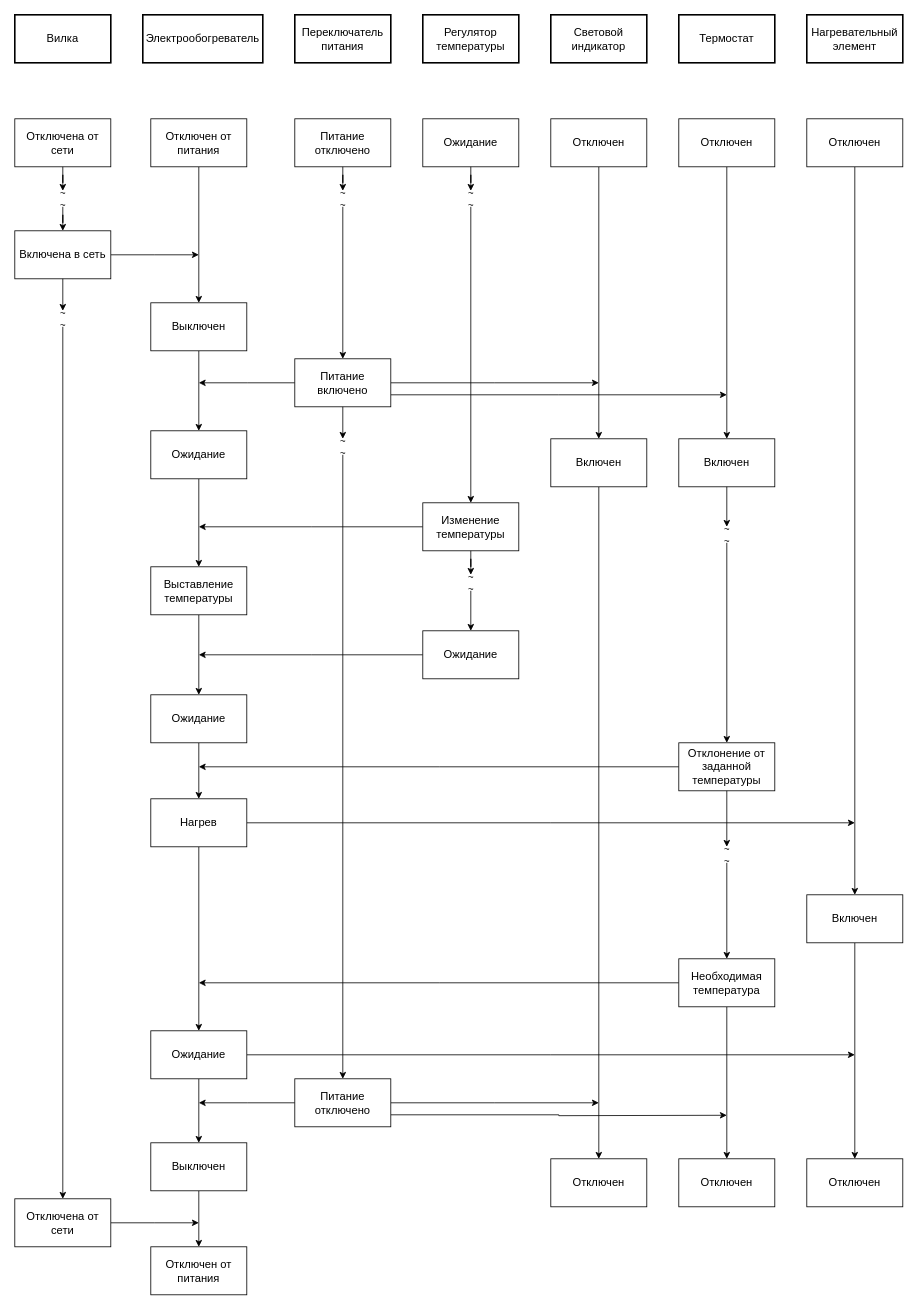
The draw.io diagram page "КУ" (4 of 5) of lab_05/heater.drawio in n0kkster/iu7-oop-4sem-labs, before the edit. Source tidied: cells renumbered, new cells numbered last; positions are measured from the earlier drawing's top-left corner, leaving out a move shared by most shapes. Both pictures are drawn from the tidied source at 80%, with x=0, y=0 at pixel (14, 14).
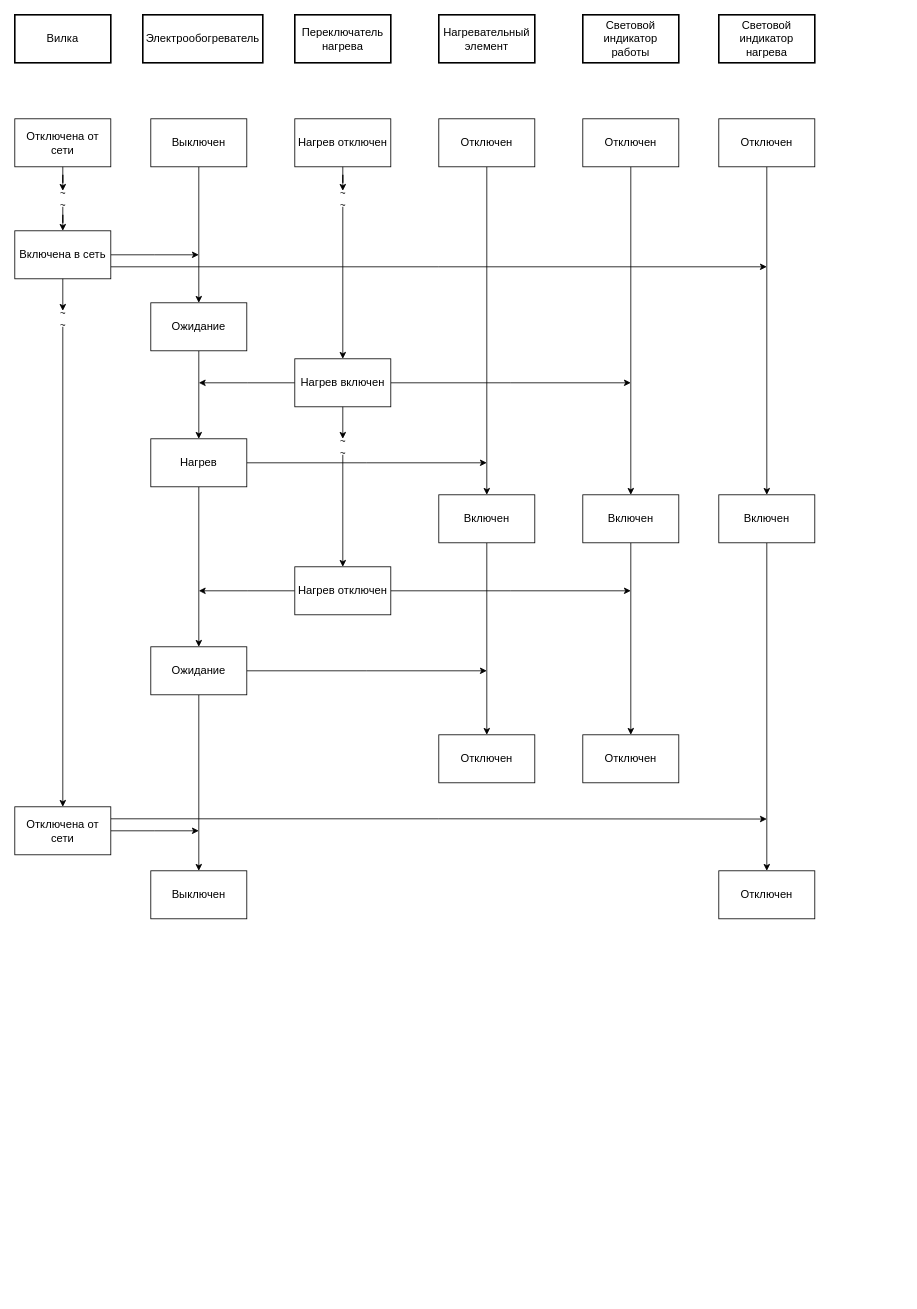
The same diagram, later.

The change refers to these unchanged cells:
```xml
<mxCell id="13" value="Включена в сеть" style="rounded=0;whiteSpace=wrap;html=1;fontSize=14;" parent="1" vertex="1">
  <mxGeometry y="270" width="120" height="60" as="geometry" />
</mxCell>
```

What changed in the source:
```diff
@@
-    <mxCell id="4" value="Переключатель&lt;div&gt;питания&lt;/div&gt;" style="rounded=0;whiteSpace=wrap;html=1;fontSize=14;strokeWidth=2;" parent="1" vertex="1">
+    <mxCell id="4" value="Переключатель&lt;div&gt;нагрева&lt;/div&gt;" style="rounded=0;whiteSpace=wrap;html=1;fontSize=14;strokeWidth=2;" parent="1" vertex="1">
       <mxGeometry x="350" width="120" height="60" as="geometry" />
     </mxCell>
-    <mxCell id="5" value="Регулятор&lt;div&gt;температуры&lt;/div&gt;" style="rounded=0;whiteSpace=wrap;html=1;fontSize=14;strokeWidth=2;" parent="1" vertex="1">
-      <mxGeometry x="510" width="120" height="60" as="geometry" />
-    </mxCell>
     <mxCell id="6" value="Нагревательный&lt;div&gt;элемент&lt;/div&gt;" style="rounded=0;whiteSpace=wrap;html=1;fontSize=14;strokeWidth=2;" parent="1" vertex="1">
-      <mxGeometry x="990" width="120" height="60" as="geometry" />
+      <mxGeometry x="530" width="120" height="60" as="geometry" />
     </mxCell>
-    <mxCell id="7" value="Термостат" style="rounded=0;whiteSpace=wrap;html=1;fontSize=14;strokeWidth=2;" parent="1" vertex="1">
-      <mxGeometry x="830" width="120" height="60" as="geometry" />
-    </mxCell>
-    <mxCell id="8" value="Световой&lt;div&gt;индикатор&lt;/div&gt;" style="rounded=0;whiteSpace=wrap;html=1;fontSize=14;strokeWidth=2;" parent="1" vertex="1">
-      <mxGeometry x="670" width="120" height="60" as="geometry" />
+    <mxCell id="8" value="Световой&lt;div&gt;индикатор работы&lt;/div&gt;" style="rounded=0;whiteSpace=wrap;html=1;fontSize=14;strokeWidth=2;" parent="1" vertex="1">
+      <mxGeometry x="710" width="120" height="60" as="geometry" />
     </mxCell>
@@
+    <mxCell id="90" style="edgeStyle=orthogonalEdgeStyle;rounded=0;jettySize=auto;html=1;exitX=1;exitY=0.75;exitDx=0;exitDy=0;" parent="1" edge="1" source="13">
+      <mxGeometry relative="1" as="geometry">
+        <mxPoint x="940" y="315" as="targetPoint" />
+      </mxGeometry>
+    </mxCell>
@@
-    <mxCell id="17" value="Отключен от питания" style="rounded=0;whiteSpace=wrap;html=1;fontSize=14;" parent="1" vertex="1">
+    <mxCell id="17" value="Выключен" style="rounded=0;whiteSpace=wrap;html=1;fontSize=14;" parent="1" vertex="1">
       <mxGeometry x="170" y="130" width="120" height="60" as="geometry" />
     </mxCell>
@@
-    <mxCell id="19" value="Выключен" style="rounded=0;whiteSpace=wrap;html=1;fontSize=14;" parent="1" vertex="1">
+    <mxCell id="19" value="Ожидание" style="rounded=0;whiteSpace=wrap;html=1;fontSize=14;" parent="1" vertex="1">
       <mxGeometry x="170" y="360" width="120" height="60" as="geometry" />
     </mxCell>
@@
-    <mxCell id="21" value="Питание отключено" style="rounded=0;whiteSpace=wrap;html=1;fontSize=14;strokeWidth=1;" parent="1" vertex="1">
+    <mxCell id="21" value="Нагрев отключен" style="rounded=0;whiteSpace=wrap;html=1;fontSize=14;strokeWidth=1;" parent="1" vertex="1">
       <mxGeometry x="350" y="130" width="120" height="60" as="geometry" />
     </mxCell>
-    <mxCell id="22" style="edgeStyle=orthogonalEdgeStyle;rounded=0;jettySize=auto;html=1;" parent="1" edge="1" source="26">
-      <mxGeometry relative="1" as="geometry">
-        <mxPoint x="730" y="460" as="targetPoint" />
-      </mxGeometry>
-    </mxCell>
-    <mxCell id="23" style="edgeStyle=orthogonalEdgeStyle;rounded=0;jettySize=auto;html=1;exitX=1;exitY=0.75;exitDx=0;exitDy=0;" parent="1" edge="1" source="26">
-      <mxGeometry relative="1" as="geometry">
-        <mxPoint x="890" y="475" as="targetPoint" />
-      </mxGeometry>
-    </mxCell>
@@
+    <mxCell id="91" style="edgeStyle=orthogonalEdgeStyle;rounded=0;jettySize=auto;html=1;" parent="1" edge="1" source="26">
+      <mxGeometry relative="1" as="geometry">
+        <mxPoint x="770" y="460" as="targetPoint" />
+      </mxGeometry>
+    </mxCell>
-    <mxCell id="26" value="Питание включено" style="rounded=0;whiteSpace=wrap;html=1;fontSize=14;strokeWidth=1;" parent="1" vertex="1">
+    <mxCell id="26" value="Нагрев включен" style="rounded=0;whiteSpace=wrap;html=1;fontSize=14;strokeWidth=1;" parent="1" vertex="1">
       <mxGeometry x="350" y="430" width="120" height="60" as="geometry" />
     </mxCell>
-    <mxCell id="27" style="edgeStyle=orthogonalEdgeStyle;rounded=0;jettySize=auto;html=1;entryX=0.5;entryY=0;entryDx=0;entryDy=0;" parent="1" edge="1" source="28" target="40">
-      <mxGeometry relative="1" as="geometry" />
-    </mxCell>
+    <mxCell id="92" style="edgeStyle=orthogonalEdgeStyle;rounded=0;jettySize=auto;html=1;" parent="1" edge="1" source="28" target="67">
+      <mxGeometry relative="1" as="geometry" />
+    </mxCell>
+    <mxCell id="93" style="edgeStyle=orthogonalEdgeStyle;rounded=0;jettySize=auto;html=1;" parent="1" edge="1" source="28">
+      <mxGeometry relative="1" as="geometry">
+        <mxPoint x="590" y="560" as="targetPoint" />
+      </mxGeometry>
+    </mxCell>
-    <mxCell id="28" value="Ожидание" style="rounded=0;whiteSpace=wrap;html=1;fontSize=14;" parent="1" vertex="1">
-      <mxGeometry x="170" y="520" width="120" height="60" as="geometry" />
+    <mxCell id="28" value="Нагрев" style="rounded=0;whiteSpace=wrap;html=1;fontSize=14;" parent="1" vertex="1">
+      <mxGeometry x="170" y="530" width="120" height="60" as="geometry" />
     </mxCell>
@@
     <mxCell id="30" value="Отключен" style="rounded=0;whiteSpace=wrap;html=1;fontSize=14;strokeWidth=1;" parent="1" vertex="1">
-      <mxGeometry x="670" y="130" width="120" height="60" as="geometry" />
+      <mxGeometry x="530" y="130" width="120" height="60" as="geometry" />
     </mxCell>
@@
     <mxCell id="32" value="Включен" style="rounded=0;whiteSpace=wrap;html=1;fontSize=14;strokeWidth=1;" parent="1" vertex="1">
-      <mxGeometry x="670" y="530" width="120" height="60" as="geometry" />
+      <mxGeometry x="530" y="600" width="120" height="60" as="geometry" />
     </mxCell>
@@
     <mxCell id="36" value="Отключен" style="rounded=0;whiteSpace=wrap;html=1;fontSize=14;strokeWidth=1;" parent="1" vertex="1">
-      <mxGeometry x="990" y="130" width="120" height="60" as="geometry" />
+      <mxGeometry x="710" y="130" width="120" height="60" as="geometry" />
     </mxCell>
@@
     <mxCell id="38" value="Включен" style="rounded=0;whiteSpace=wrap;html=1;fontSize=14;strokeWidth=1;" parent="1" vertex="1">
-      <mxGeometry x="990" y="1100" width="120" height="60" as="geometry" />
+      <mxGeometry x="710" y="600" width="120" height="60" as="geometry" />
     </mxCell>
-    <mxCell id="39" style="edgeStyle=orthogonalEdgeStyle;rounded=0;jettySize=auto;html=1;" parent="1" edge="1" source="40" target="56">
-      <mxGeometry relative="1" as="geometry" />
-    </mxCell>
-    <mxCell id="40" value="Выставление температуры" style="rounded=0;whiteSpace=wrap;html=1;fontSize=14;" parent="1" vertex="1">
-      <mxGeometry x="170" y="690" width="120" height="60" as="geometry" />
-    </mxCell>
-    <mxCell id="41" style="edgeStyle=orthogonalEdgeStyle;rounded=0;jettySize=auto;html=1;" parent="1" edge="1" source="43">
-      <mxGeometry relative="1" as="geometry">
-        <mxPoint x="1050" y="1010" as="targetPoint" />
-      </mxGeometry>
-    </mxCell>
-    <mxCell id="42" style="edgeStyle=orthogonalEdgeStyle;rounded=0;jettySize=auto;html=1;entryX=0.5;entryY=0;entryDx=0;entryDy=0;" parent="1" edge="1" source="43" target="67">
-      <mxGeometry relative="1" as="geometry" />
-    </mxCell>
-    <mxCell id="43" value="Нагрев" style="rounded=0;whiteSpace=wrap;html=1;fontSize=14;" parent="1" vertex="1">
-      <mxGeometry x="170" y="980" width="120" height="60" as="geometry" />
-    </mxCell>
-    <mxCell id="44" style="edgeStyle=orthogonalEdgeStyle;rounded=0;jettySize=auto;html=1;" parent="1" edge="1" source="45" target="47">
-      <mxGeometry relative="1" as="geometry" />
-    </mxCell>
-    <mxCell id="45" value="Отключен" style="rounded=0;whiteSpace=wrap;html=1;fontSize=14;strokeWidth=1;" parent="1" vertex="1">
-      <mxGeometry x="830" y="130" width="120" height="60" as="geometry" />
-    </mxCell>
-    <mxCell id="46" style="edgeStyle=orthogonalEdgeStyle;rounded=0;jettySize=auto;html=1;entryX=0.5;entryY=0;entryDx=0;entryDy=0;" parent="1" edge="1" source="85" target="61">
-      <mxGeometry relative="1" as="geometry" />
-    </mxCell>
-    <mxCell id="47" value="Включен" style="rounded=0;whiteSpace=wrap;html=1;fontSize=14;strokeWidth=1;" parent="1" vertex="1">
-      <mxGeometry x="830" y="530" width="120" height="60" as="geometry" />
-    </mxCell>
-    <mxCell id="48" style="edgeStyle=orthogonalEdgeStyle;rounded=0;jettySize=auto;html=1;" parent="1" edge="1" source="54" target="52">
-      <mxGeometry relative="1" as="geometry" />
-    </mxCell>
-    <mxCell id="49" value="Ожидание" style="rounded=0;whiteSpace=wrap;html=1;fontSize=14;strokeWidth=1;" parent="1" vertex="1">
-      <mxGeometry x="510" y="130" width="120" height="60" as="geometry" />
-    </mxCell>
-    <mxCell id="50" style="edgeStyle=orthogonalEdgeStyle;rounded=0;jettySize=auto;html=1;entryX=0.5;entryY=0;entryDx=0;entryDy=0;" parent="1" edge="1" source="89" target="58">
-      <mxGeometry relative="1" as="geometry" />
-    </mxCell>
-    <mxCell id="51" style="edgeStyle=orthogonalEdgeStyle;shape=connector;rounded=0;jettySize=auto;html=1;strokeColor=default;align=center;verticalAlign=middle;fontFamily=Helvetica;fontSize=11;fontColor=default;labelBackgroundColor=default;endArrow=classic;" parent="1" edge="1" source="52">
-      <mxGeometry relative="1" as="geometry">
-        <mxPoint x="230" y="640" as="targetPoint" />
-      </mxGeometry>
-    </mxCell>
-    <mxCell id="52" value="Изменение температуры" style="rounded=0;whiteSpace=wrap;html=1;fontSize=14;strokeWidth=1;" parent="1" vertex="1">
-      <mxGeometry x="510" y="610" width="120" height="60" as="geometry" />
-    </mxCell>
-    <mxCell id="53" style="edgeStyle=orthogonalEdgeStyle;rounded=0;jettySize=auto;html=1;" parent="1" edge="1" source="49" target="54">
-      <mxGeometry relative="1" as="geometry" />
-    </mxCell>
-    <mxCell id="54" value="~&lt;div&gt;~&lt;/div&gt;" style="text;html=1;align=center;verticalAlign=middle;points=[[0.5,0,0,0,0]];strokeColor=none;fillColor=none;spacingTop=-9;spacing=0;spacingBottom=-9;spacingLeft=-8;spacingRight=-7;horizontal=1;labelPosition=center;verticalLabelPosition=middle;" parent="1" vertex="1">
-      <mxGeometry x="565" y="220" width="10" height="20" as="geometry" />
-    </mxCell>
-    <mxCell id="55" style="edgeStyle=orthogonalEdgeStyle;rounded=0;jettySize=auto;html=1;entryX=0.5;entryY=0;entryDx=0;entryDy=0;" parent="1" edge="1" source="56" target="43">
-      <mxGeometry relative="1" as="geometry" />
-    </mxCell>
-    <mxCell id="56" value="Ожидание" style="rounded=0;whiteSpace=wrap;html=1;fontSize=14;" parent="1" vertex="1">
-      <mxGeometry x="170" y="850" width="120" height="60" as="geometry" />
-    </mxCell>
-    <mxCell id="57" style="edgeStyle=orthogonalEdgeStyle;rounded=0;jettySize=auto;html=1;" parent="1" edge="1" source="58">
-      <mxGeometry relative="1" as="geometry">
-        <mxPoint x="230" y="800" as="targetPoint" />
-      </mxGeometry>
-    </mxCell>
-    <mxCell id="58" value="Ожидание" style="rounded=0;whiteSpace=wrap;html=1;fontSize=14;strokeWidth=1;" parent="1" vertex="1">
-      <mxGeometry x="510" y="770" width="120" height="60" as="geometry" />
-    </mxCell>
-    <mxCell id="59" style="edgeStyle=orthogonalEdgeStyle;rounded=0;jettySize=auto;html=1;" parent="1" edge="1" source="61">
-      <mxGeometry relative="1" as="geometry">
-        <mxPoint x="230" y="940" as="targetPoint" />
-      </mxGeometry>
-    </mxCell>
-    <mxCell id="60" style="edgeStyle=orthogonalEdgeStyle;rounded=0;jettySize=auto;html=1;entryX=0.5;entryY=0;entryDx=0;entryDy=0;" parent="1" edge="1" source="87" target="64">
-      <mxGeometry relative="1" as="geometry" />
-    </mxCell>
-    <mxCell id="61" value="Отклонение от заданной температуры" style="rounded=0;whiteSpace=wrap;html=1;fontSize=14;strokeWidth=1;" parent="1" vertex="1">
-      <mxGeometry x="830" y="910" width="120" height="60" as="geometry" />
-    </mxCell>
-    <mxCell id="62" style="edgeStyle=orthogonalEdgeStyle;rounded=0;jettySize=auto;html=1;" parent="1" edge="1" source="64">
-      <mxGeometry relative="1" as="geometry">
-        <mxPoint x="230" y="1210" as="targetPoint" />
-      </mxGeometry>
-    </mxCell>
-    <mxCell id="63" style="edgeStyle=orthogonalEdgeStyle;rounded=0;jettySize=auto;html=1;entryX=0.5;entryY=0;entryDx=0;entryDy=0;" parent="1" edge="1" source="64" target="78">
-      <mxGeometry relative="1" as="geometry" />
-    </mxCell>
-    <mxCell id="64" value="Необходимая температура" style="rounded=0;whiteSpace=wrap;html=1;fontSize=14;strokeWidth=1;" parent="1" vertex="1">
-      <mxGeometry x="830" y="1180" width="120" height="60" as="geometry" />
-    </mxCell>
@@
-    <mxCell id="66" style="edgeStyle=orthogonalEdgeStyle;rounded=0;jettySize=auto;html=1;" parent="1" edge="1" source="67">
-      <mxGeometry relative="1" as="geometry">
-        <mxPoint x="1050" y="1300" as="targetPoint" />
-      </mxGeometry>
-    </mxCell>
+    <mxCell id="94" style="edgeStyle=orthogonalEdgeStyle;rounded=0;jettySize=auto;html=1;" parent="1" edge="1" source="67">
+      <mxGeometry relative="1" as="geometry">
+        <mxPoint x="590" y="820" as="targetPoint" />
+      </mxGeometry>
+    </mxCell>
     <mxCell id="67" value="Ожидание" style="rounded=0;whiteSpace=wrap;html=1;fontSize=14;" parent="1" vertex="1">
-      <mxGeometry x="170" y="1270" width="120" height="60" as="geometry" />
+      <mxGeometry x="170" y="790" width="120" height="60" as="geometry" />
     </mxCell>
     <mxCell id="68" value="Отключен" style="rounded=0;whiteSpace=wrap;html=1;fontSize=14;strokeWidth=1;" parent="1" vertex="1">
-      <mxGeometry x="670" y="1430" width="120" height="60" as="geometry" />
+      <mxGeometry x="530" y="900" width="120" height="60" as="geometry" />
     </mxCell>
-    <mxCell id="69" style="edgeStyle=orthogonalEdgeStyle;rounded=0;jettySize=auto;html=1;" parent="1" edge="1" source="72">
-      <mxGeometry relative="1" as="geometry">
-        <mxPoint x="730" y="1360" as="targetPoint" />
-      </mxGeometry>
-    </mxCell>
-    <mxCell id="70" style="edgeStyle=orthogonalEdgeStyle;rounded=0;jettySize=auto;html=1;" parent="1" edge="1" source="72">
-      <mxGeometry relative="1" as="geometry">
-        <mxPoint x="230" y="1360" as="targetPoint" />
-      </mxGeometry>
-    </mxCell>
-    <mxCell id="71" style="edgeStyle=orthogonalEdgeStyle;rounded=0;jettySize=auto;html=1;exitX=1;exitY=0.75;exitDx=0;exitDy=0;" parent="1" edge="1" source="72">
-      <mxGeometry relative="1" as="geometry">
-        <mxPoint x="890" y="1375.6" as="targetPoint" />
-      </mxGeometry>
-    </mxCell>
+    <mxCell id="95" style="edgeStyle=orthogonalEdgeStyle;rounded=0;jettySize=auto;html=1;" parent="1" edge="1" source="72">
+      <mxGeometry relative="1" as="geometry">
+        <mxPoint x="230" y="720" as="targetPoint" />
+      </mxGeometry>
+    </mxCell>
+    <mxCell id="96" style="edgeStyle=orthogonalEdgeStyle;rounded=0;jettySize=auto;html=1;" parent="1" edge="1" source="72">
+      <mxGeometry relative="1" as="geometry">
+        <mxPoint x="770" y="720" as="targetPoint" />
+      </mxGeometry>
+    </mxCell>
-    <mxCell id="72" value="Питание отключено" style="rounded=0;whiteSpace=wrap;html=1;fontSize=14;strokeWidth=1;" parent="1" vertex="1">
-      <mxGeometry x="350" y="1330" width="120" height="60" as="geometry" />
+    <mxCell id="72" value="Нагрев отключен" style="rounded=0;whiteSpace=wrap;html=1;fontSize=14;strokeWidth=1;" parent="1" vertex="1">
+      <mxGeometry x="350" y="690" width="120" height="60" as="geometry" />
     </mxCell>
@@
-    <mxCell id="75" style="edgeStyle=orthogonalEdgeStyle;rounded=0;jettySize=auto;html=1;" parent="1" edge="1" source="76" target="77">
-      <mxGeometry relative="1" as="geometry" />
-    </mxCell>
     <mxCell id="76" value="Выключен" style="rounded=0;whiteSpace=wrap;html=1;fontSize=14;" parent="1" vertex="1">
-      <mxGeometry x="170" y="1410" width="120" height="60" as="geometry" />
+      <mxGeometry x="170" y="1070" width="120" height="60" as="geometry" />
     </mxCell>
-    <mxCell id="77" value="Отключен от питания" style="rounded=0;whiteSpace=wrap;html=1;fontSize=14;" parent="1" vertex="1">
-      <mxGeometry x="170" y="1540" width="120" height="60" as="geometry" />
-    </mxCell>
-    <mxCell id="78" value="Отключен" style="rounded=0;whiteSpace=wrap;html=1;fontSize=14;strokeWidth=1;" parent="1" vertex="1">
-      <mxGeometry x="830" y="1430" width="120" height="60" as="geometry" />
-    </mxCell>
     <mxCell id="79" value="Отключен" style="rounded=0;whiteSpace=wrap;html=1;fontSize=14;strokeWidth=1;" parent="1" vertex="1">
-      <mxGeometry x="990" y="1430" width="120" height="60" as="geometry" />
+      <mxGeometry x="710" y="900" width="120" height="60" as="geometry" />
     </mxCell>
-    <mxCell id="80" style="edgeStyle=orthogonalEdgeStyle;rounded=0;jettySize=auto;html=1;" parent="1" edge="1" source="81">
-      <mxGeometry relative="1" as="geometry">
-        <mxPoint x="230" y="1510" as="targetPoint" />
-      </mxGeometry>
-    </mxCell>
+    <mxCell id="97" style="edgeStyle=orthogonalEdgeStyle;rounded=0;jettySize=auto;html=1;" parent="1" edge="1" source="81">
+      <mxGeometry relative="1" as="geometry">
+        <mxPoint x="230" y="1020" as="targetPoint" />
+      </mxGeometry>
+    </mxCell>
+    <mxCell id="98" style="edgeStyle=orthogonalEdgeStyle;rounded=0;jettySize=auto;html=1;exitX=1;exitY=0.25;exitDx=0;exitDy=0;" parent="1" edge="1" source="81">
+      <mxGeometry relative="1" as="geometry">
+        <mxPoint x="940" y="1005.3" as="targetPoint" />
+      </mxGeometry>
+    </mxCell>
     <mxCell id="81" value="Отключена от сети" style="rounded=0;whiteSpace=wrap;html=1;fontSize=14;" parent="1" vertex="1">
-      <mxGeometry y="1480" width="120" height="60" as="geometry" />
+      <mxGeometry y="990" width="120" height="60" as="geometry" />
     </mxCell>
@@
-    <mxCell id="84" style="edgeStyle=orthogonalEdgeStyle;rounded=0;jettySize=auto;html=1;entryX=0.5;entryY=0;entryDx=0;entryDy=0;" parent="1" edge="1" source="47" target="85">
-      <mxGeometry relative="1" as="geometry" />
-    </mxCell>
-    <mxCell id="85" value="~&lt;div&gt;~&lt;/div&gt;" style="text;html=1;align=center;verticalAlign=middle;points=[[0.5,0,0,0,0]];strokeColor=none;fillColor=none;spacingTop=-9;spacing=0;spacingBottom=-9;spacingLeft=-8;spacingRight=-7;horizontal=1;labelPosition=center;verticalLabelPosition=middle;" parent="1" vertex="1">
-      <mxGeometry x="885" y="640" width="10" height="20" as="geometry" />
-    </mxCell>
-    <mxCell id="86" style="edgeStyle=orthogonalEdgeStyle;rounded=0;jettySize=auto;html=1;entryX=0.5;entryY=0;entryDx=0;entryDy=0;" parent="1" edge="1" source="61" target="87">
-      <mxGeometry relative="1" as="geometry" />
-    </mxCell>
-    <mxCell id="87" value="~&lt;div&gt;~&lt;/div&gt;" style="text;html=1;align=center;verticalAlign=middle;points=[[0.5,0,0,0,0]];strokeColor=none;fillColor=none;spacingTop=-9;spacing=0;spacingBottom=-9;spacingLeft=-8;spacingRight=-7;horizontal=1;labelPosition=center;verticalLabelPosition=middle;" parent="1" vertex="1">
-      <mxGeometry x="885" y="1040" width="10" height="20" as="geometry" />
-    </mxCell>
-    <mxCell id="88" style="edgeStyle=orthogonalEdgeStyle;rounded=0;jettySize=auto;html=1;entryX=0.5;entryY=0;entryDx=0;entryDy=0;" parent="1" edge="1" source="52" target="89">
-      <mxGeometry relative="1" as="geometry" />
-    </mxCell>
-    <mxCell id="89" value="~&lt;div&gt;~&lt;/div&gt;" style="text;html=1;align=center;verticalAlign=middle;points=[[0.5,0,0,0,0]];strokeColor=none;fillColor=none;spacingTop=-9;spacing=0;spacingBottom=-9;spacingLeft=-8;spacingRight=-7;horizontal=1;labelPosition=center;verticalLabelPosition=middle;" parent="1" vertex="1">
-      <mxGeometry x="565" y="700" width="10" height="20" as="geometry" />
-    </mxCell>
+    <mxCell id="99" value="Световой&lt;div&gt;индикатор нагрева&lt;/div&gt;" style="rounded=0;whiteSpace=wrap;html=1;fontSize=14;strokeWidth=2;" parent="1" vertex="1">
+      <mxGeometry x="880" width="120" height="60" as="geometry" />
+    </mxCell>
+    <mxCell id="100" style="edgeStyle=orthogonalEdgeStyle;rounded=0;jettySize=auto;html=1;entryX=0.5;entryY=0;entryDx=0;entryDy=0;" parent="1" edge="1" source="101" target="47">
+      <mxGeometry relative="1" as="geometry" />
+    </mxCell>
+    <mxCell id="101" value="Отключен" style="rounded=0;whiteSpace=wrap;html=1;fontSize=14;strokeWidth=1;" parent="1" vertex="1">
+      <mxGeometry x="880" y="130" width="120" height="60" as="geometry" />
+    </mxCell>
+    <mxCell id="102" style="edgeStyle=orthogonalEdgeStyle;rounded=0;jettySize=auto;html=1;entryX=0.5;entryY=0;entryDx=0;entryDy=0;" parent="1" edge="1" source="47" target="103">
+      <mxGeometry relative="1" as="geometry" />
+    </mxCell>
+    <mxCell id="47" value="Включен" style="rounded=0;whiteSpace=wrap;html=1;fontSize=14;strokeWidth=1;" parent="1" vertex="1">
+      <mxGeometry x="880" y="600" width="120" height="60" as="geometry" />
+    </mxCell>
+    <mxCell id="103" value="Отключен" style="rounded=0;whiteSpace=wrap;html=1;fontSize=14;strokeWidth=1;" parent="1" vertex="1">
+      <mxGeometry x="880" y="1070" width="120" height="60" as="geometry" />
+    </mxCell>
```
